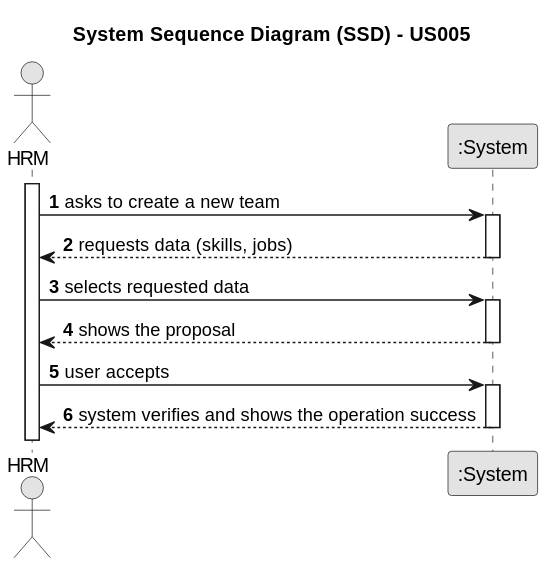
This is docs/sprintA/us005/01.requirements-engineering/svg/us005-system-sequence-diagram-alternative-one.svg from ricardomm7/leaflink, a PlantUML export, as it was before one commit.
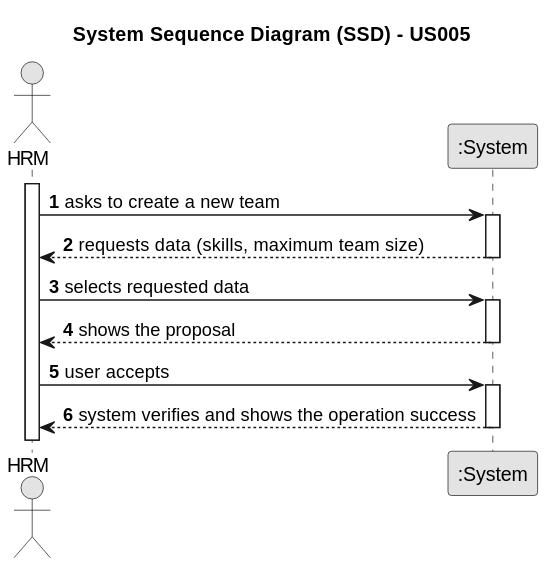
Later version of the same file.

The edit, as a diff of the source:
```diff
@@ -15,7 +15,7 @@
     HRM -> System : asks to create a new team
     activate System
 
-        System --> HRM : requests data (skills, jobs)
+        System --> HRM : requests data (skills, maximum team size)
     deactivate System
 
     HRM -> System : selects requested data
```
